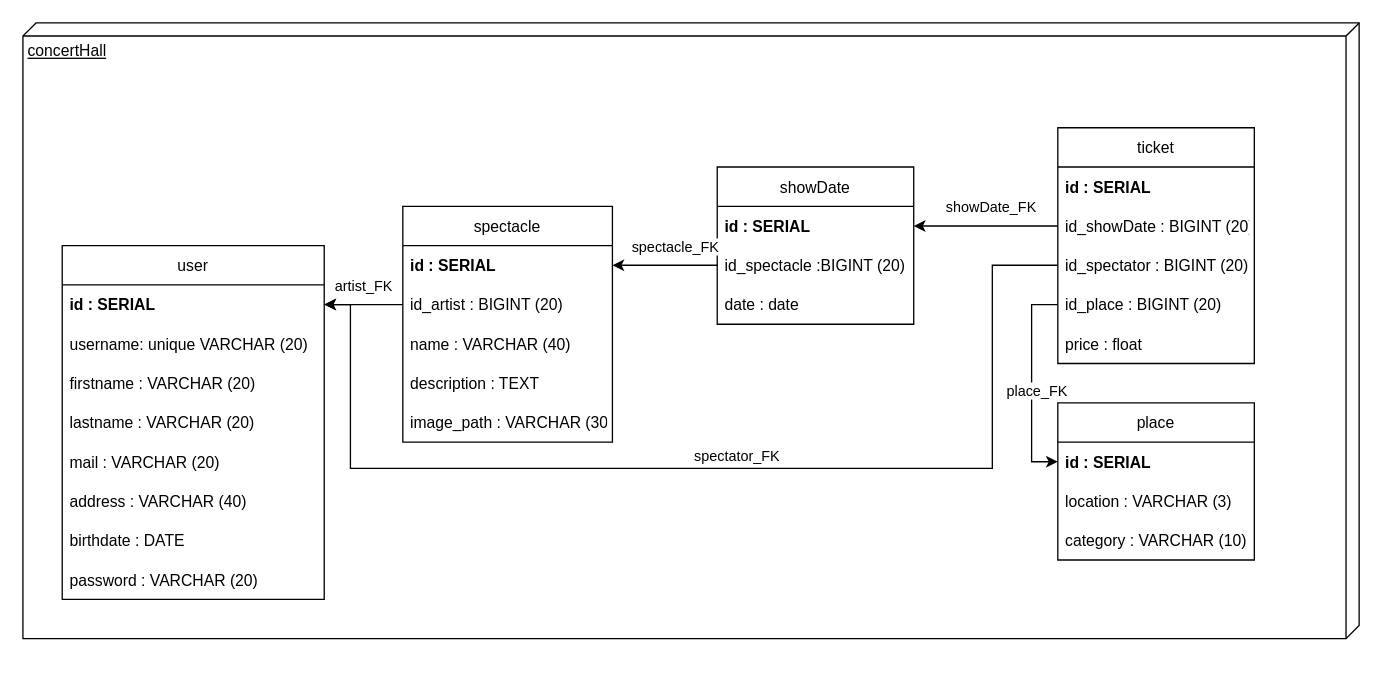
Above: page "DB" (7 of 7) of analyse/analyse.drawio in baptisteRiviere/SpectacleHallManagement (draw.io), before the change. Source tidied: cells renumbered, new cells numbered last; positions are measured from the earlier drawing's top-left corner, leaving out a move shared by most shapes. Both pictures are drawn from the tidied source at 131%, with x=0, y=0 at pixel (22, 22).
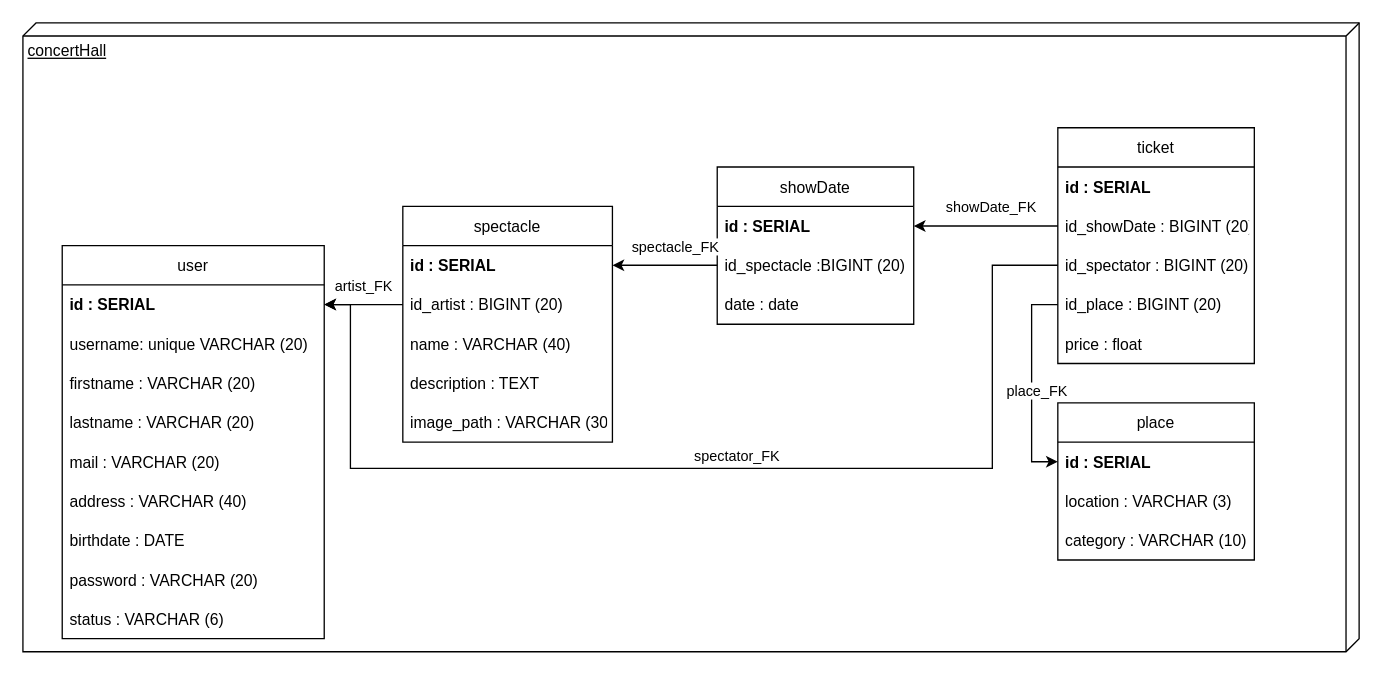
Above is the later version.

Commit message:
Analyse : DB ajout champs status user

The edit, as a diff of the source:
```diff
@@
     <mxCell id="2" value="concertHall" style="verticalAlign=top;align=left;spacingTop=8;spacingLeft=2;spacingRight=12;shape=cube;size=10;direction=south;fontStyle=4;html=1;" parent="1" vertex="1">
-      <mxGeometry width="1020" height="470" as="geometry" />
+      <mxGeometry width="1020" height="480" as="geometry" />
     </mxCell>
     <mxCell id="3" value="user" style="swimlane;fontStyle=0;horizontal=1;startSize=30;" parent="1" vertex="1">
-      <mxGeometry x="30" y="170" width="200" height="270" as="geometry" />
+      <mxGeometry x="30" y="170" width="200" height="300" as="geometry" />
     </mxCell>
@@
+    <mxCell id="42" value="password : VARCHAR (20)" style="text;strokeColor=none;fillColor=none;align=left;verticalAlign=middle;spacingLeft=4;spacingRight=4;overflow=hidden;" parent="3" vertex="1">
+      <mxGeometry y="240" width="200" height="30" as="geometry" />
+    </mxCell>
-    <mxCell id="11" value="password : VARCHAR (20)" style="text;strokeColor=none;fillColor=none;align=left;verticalAlign=middle;spacingLeft=4;spacingRight=4;overflow=hidden;" parent="3" vertex="1">
-      <mxGeometry y="240" width="200" height="30" as="geometry" />
+    <mxCell id="11" value="status : VARCHAR (6)" style="text;strokeColor=none;fillColor=none;align=left;verticalAlign=middle;spacingLeft=4;spacingRight=4;overflow=hidden;" parent="3" vertex="1">
+      <mxGeometry y="270" width="200" height="30" as="geometry" />
     </mxCell>
```
